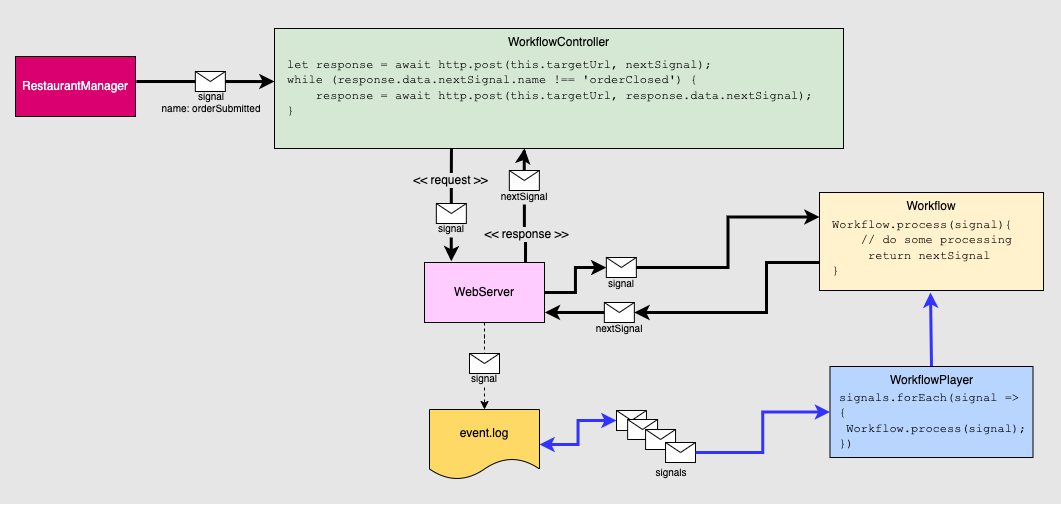
The draw.io diagram images/eventsourcing-arch-01.png in reselbob/TerrificTacos, before a commit. Source tidied: cells renumbered, new cells last; positions are measured from the earlier drawing's top-left corner, leaving out a move shared by most shapes. The source it was exported from:
```xml
<mxGraphModel>
  <root>
    <mxCell id="0" />
    <mxCell id="1" parent="0" />
    <mxCell id="2" style="rounded=0;whiteSpace=wrap;html=1;labelBackgroundColor=#DB0070;fontFamily=Helvetica;fontSize=12;fontColor=#ffffff;strokeColor=#E6E6E6;fillColor=#E6E6E6;" parent="1" vertex="1">
      <mxGeometry width="1060" height="503" as="geometry" />
    </mxCell>
    <mxCell id="3" style="edgeStyle=orthogonalEdgeStyle;rounded=0;jettySize=auto;html=1;fontSize=10;strokeWidth=3;" parent="1" edge="1" source="5" target="13">
      <mxGeometry relative="1" as="geometry" />
    </mxCell>
    <mxCell id="4" style="edgeStyle=orthogonalEdgeStyle;rounded=0;jettySize=auto;html=1;fontFamily=Helvetica;fontSize=12;startArrow=none;startFill=0;endArrow=none;endFill=0;dashed=1;" parent="1" edge="1" source="5" target="26">
      <mxGeometry relative="1" as="geometry" />
    </mxCell>
    <mxCell id="5" value="WebServer" style="rounded=0;whiteSpace=wrap;html=1;fillColor=#FFCCFF;strokeColor=#000000;" parent="1" vertex="1">
      <mxGeometry x="424" y="262" width="120" height="60" as="geometry" />
    </mxCell>
    <mxCell id="6" style="edgeStyle=orthogonalEdgeStyle;rounded=0;jettySize=auto;html=1;fontFamily=Helvetica;fontSize=12;startArrow=classic;startFill=1;endArrow=classic;endFill=1;entryX=0;entryY=0.5;entryDx=0;entryDy=0;strokeWidth=3;strokeColor=#3333FF;" parent="1" edge="1" source="7" target="33">
      <mxGeometry relative="1" as="geometry" />
    </mxCell>
    <mxCell id="7" value="event.log" style="shape=document;whiteSpace=wrap;html=1;boundedLbl=1;fillColor=#FFD966;" parent="1" vertex="1">
      <mxGeometry x="429" y="409" width="110" height="70" as="geometry" />
    </mxCell>
    <mxCell id="8" value="&lt;font color=&quot;#ffffff&quot;&gt;RestaurantManager&lt;/font&gt;" style="rounded=0;whiteSpace=wrap;html=1;fillColor=#DB0070;fontColor=#000000;labelBackgroundColor=#DB0070;" parent="1" vertex="1">
      <mxGeometry x="15" y="56" width="120" height="60" as="geometry" />
    </mxCell>
    <mxCell id="9" style="group;" parent="1" vertex="1">
      <mxGeometry x="435" y="203" width="31.7" height="34" as="geometry" />
    </mxCell>
    <mxCell id="10" style="shape=message;html=1;whiteSpace=wrap;html=1;outlineConnect=0;" parent="9" vertex="1">
      <mxGeometry x="0.8" width="30" height="20" as="geometry" />
    </mxCell>
    <mxCell id="11" value="signal" style="text;html=1;strokeColor=none;fillColor=none;align=center;verticalAlign=middle;whiteSpace=wrap;rounded=0;fontSize=10;" parent="9" vertex="1">
      <mxGeometry y="15" width="31.7" height="19" as="geometry" />
    </mxCell>
    <mxCell id="12" style="group;" parent="1" vertex="1">
      <mxGeometry x="605" y="257" width="31.7" height="34" as="geometry" />
    </mxCell>
    <mxCell id="13" style="shape=message;html=1;whiteSpace=wrap;html=1;outlineConnect=0;" parent="12" vertex="1">
      <mxGeometry x="0.8" width="30" height="20" as="geometry" />
    </mxCell>
    <mxCell id="14" value="signal" style="text;html=1;strokeColor=none;fillColor=none;align=center;verticalAlign=middle;whiteSpace=wrap;rounded=0;fontSize=10;" parent="12" vertex="1">
      <mxGeometry y="15" width="31.7" height="19" as="geometry" />
    </mxCell>
    <mxCell id="15" style="group;fillColor=#FFF2CC;strokeColor=#FFF2CC;" parent="1" vertex="1">
      <mxGeometry x="819" y="192" width="224" height="98" as="geometry" />
    </mxCell>
    <mxCell id="16" style="group;" parent="1" vertex="1">
      <mxGeometry x="603" y="302" width="31.7" height="34" as="geometry" />
    </mxCell>
    <mxCell id="17" style="shape=message;html=1;whiteSpace=wrap;html=1;outlineConnect=0;" parent="16" vertex="1">
      <mxGeometry x="0.8" width="30" height="20" as="geometry" />
    </mxCell>
    <mxCell id="18" value="nextSignal" style="text;html=1;strokeColor=none;fillColor=none;align=center;verticalAlign=middle;whiteSpace=wrap;rounded=0;fontSize=10;" parent="16" vertex="1">
      <mxGeometry y="15" width="31.7" height="19" as="geometry" />
    </mxCell>
    <mxCell id="19" style="edgeStyle=orthogonalEdgeStyle;rounded=0;jettySize=auto;html=1;entryX=0;entryY=0.25;entryDx=0;entryDy=0;fontFamily=Courier New;fontSize=12;strokeWidth=3;" parent="1" edge="1" source="13" target="52">
      <mxGeometry relative="1" as="geometry" />
    </mxCell>
    <mxCell id="20" style="edgeStyle=orthogonalEdgeStyle;rounded=0;jettySize=auto;html=1;entryX=0.001;entryY=0.714;entryDx=0;entryDy=0;entryPerimeter=0;fontFamily=Courier New;fontSize=12;startArrow=classic;startFill=1;endArrow=none;endFill=0;strokeWidth=3;" parent="1" edge="1" source="17" target="52">
      <mxGeometry relative="1" as="geometry">
        <Array as="points">
          <mxPoint x="766" y="312" />
          <mxPoint x="766" y="262" />
        </Array>
      </mxGeometry>
    </mxCell>
    <mxCell id="21" style="edgeStyle=orthogonalEdgeStyle;rounded=0;jettySize=auto;html=1;entryX=1.003;entryY=0.833;entryDx=0;entryDy=0;entryPerimeter=0;fontFamily=Courier New;fontSize=12;startArrow=none;startFill=0;endArrow=classic;endFill=1;strokeWidth=3;" parent="1" edge="1" source="17" target="5">
      <mxGeometry relative="1" as="geometry" />
    </mxCell>
    <mxCell id="22" style="group;" parent="1" vertex="1">
      <mxGeometry x="508" y="170" width="31.7" height="34" as="geometry" />
    </mxCell>
    <mxCell id="23" style="shape=message;html=1;whiteSpace=wrap;html=1;outlineConnect=0;" parent="22" vertex="1">
      <mxGeometry x="0.8" width="30" height="20" as="geometry" />
    </mxCell>
    <mxCell id="24" value="nextSignal" style="text;html=1;strokeColor=none;fillColor=none;align=center;verticalAlign=middle;whiteSpace=wrap;rounded=0;fontSize=10;" parent="22" vertex="1">
      <mxGeometry y="15" width="31.7" height="19" as="geometry" />
    </mxCell>
    <mxCell id="25" style="group;" parent="1" vertex="1">
      <mxGeometry x="468.2" y="353" width="31.7" height="34" as="geometry" />
    </mxCell>
    <mxCell id="26" style="shape=message;html=1;whiteSpace=wrap;html=1;outlineConnect=0;" parent="25" vertex="1">
      <mxGeometry x="0.8" width="30" height="20" as="geometry" />
    </mxCell>
    <mxCell id="27" value="signal" style="text;html=1;strokeColor=none;fillColor=none;align=center;verticalAlign=middle;whiteSpace=wrap;rounded=0;fontSize=10;" parent="25" vertex="1">
      <mxGeometry y="15" width="31.7" height="19" as="geometry" />
    </mxCell>
    <mxCell id="28" style="edgeStyle=orthogonalEdgeStyle;rounded=0;jettySize=auto;html=1;fontFamily=Helvetica;fontSize=12;startArrow=none;startFill=0;endArrow=classic;endFill=1;dashed=1;" parent="1" edge="1" source="27" target="7">
      <mxGeometry relative="1" as="geometry" />
    </mxCell>
    <mxCell id="29" style="group;" parent="1" vertex="1">
      <mxGeometry x="146" y="71" width="130" height="39" as="geometry" />
    </mxCell>
    <mxCell id="30" style="shape=message;html=1;whiteSpace=wrap;html=1;outlineConnect=0;" parent="29" vertex="1">
      <mxGeometry x="48.8" width="30" height="20" as="geometry" />
    </mxCell>
    <mxCell id="31" value="signal&lt;br&gt;name: orderSubmitted" style="text;html=1;strokeColor=none;fillColor=none;align=center;verticalAlign=middle;whiteSpace=wrap;rounded=0;fontSize=10;" parent="29" vertex="1">
      <mxGeometry y="20" width="130" height="19" as="geometry" />
    </mxCell>
    <mxCell id="32" style="group;" parent="1" vertex="1">
      <mxGeometry x="616" y="410" width="79" height="70" as="geometry" />
    </mxCell>
    <mxCell id="33" style="shape=message;html=1;whiteSpace=wrap;html=1;outlineConnect=0;" parent="32" vertex="1">
      <mxGeometry width="29.9" height="20" as="geometry" />
    </mxCell>
    <mxCell id="34" value="signals" style="text;html=1;strokeColor=none;fillColor=none;align=center;verticalAlign=middle;whiteSpace=wrap;rounded=0;fontSize=10;" parent="32" vertex="1">
      <mxGeometry x="39.1" y="51" width="31.6" height="19" as="geometry" />
    </mxCell>
    <mxCell id="35" style="shape=message;html=1;whiteSpace=wrap;html=1;" parent="32" vertex="1">
      <mxGeometry x="11.1" y="9" width="29.9" height="20" as="geometry" />
    </mxCell>
    <mxCell id="36" style="shape=message;html=1;whiteSpace=wrap;html=1;" parent="32" vertex="1">
      <mxGeometry x="29.1" y="19" width="29.9" height="20" as="geometry" />
    </mxCell>
    <mxCell id="37" style="shape=message;html=1;whiteSpace=wrap;html=1;outlineConnect=0;" parent="32" vertex="1">
      <mxGeometry x="49.1" y="32" width="29.9" height="20" as="geometry" />
    </mxCell>
    <mxCell id="38" style="group;fillColor=#A9C4EB;" parent="1" vertex="1">
      <mxGeometry x="829.5" y="366" width="203" height="91" as="geometry" />
    </mxCell>
    <mxCell id="39" style="edgeStyle=orthogonalEdgeStyle;rounded=0;jettySize=auto;html=1;fontFamily=Helvetica;fontSize=12;startArrow=none;startFill=0;endArrow=classic;endFill=1;strokeWidth=3;strokeColor=#3333FF;" parent="1" edge="1" source="37" target="49">
      <mxGeometry relative="1" as="geometry" />
    </mxCell>
    <mxCell id="40" style="endArrow=classic;html=1;rounded=0;fontFamily=Helvetica;fontSize=12;exitX=0.5;exitY=0;exitDx=0;exitDy=0;strokeWidth=3;strokeColor=#3333FF;" parent="1" edge="1" source="49">
      <mxGeometry relative="1" as="geometry">
        <mxPoint x="930" y="292" as="targetPoint" />
      </mxGeometry>
    </mxCell>
    <mxCell id="41" style="group;fillColor=#D5E8D4;" parent="1" vertex="1">
      <mxGeometry x="274" y="28" width="476" height="120" as="geometry" />
    </mxCell>
    <mxCell id="42" style="edgeStyle=orthogonalEdgeStyle;rounded=0;jettySize=auto;html=1;entryX=0.842;entryY=0.01;entryDx=0;entryDy=0;entryPerimeter=0;fontFamily=Helvetica;fontSize=12;startArrow=none;startFill=0;endArrow=none;endFill=0;strokeWidth=3;" parent="1" edge="1" source="24" target="5">
      <mxGeometry relative="1" as="geometry" />
    </mxCell>
    <mxCell id="43" value="&amp;lt;&amp;lt; response &amp;gt;&amp;gt;" style="edgeLabel;html=1;align=center;verticalAlign=middle;fontSize=12;fontFamily=Helvetica;labelBackgroundColor=#E6E6E6;" parent="42" vertex="1">
      <mxGeometry x="0.45" y="1" relative="1" as="geometry">
        <mxPoint x="-1" y="-13" as="offset" />
      </mxGeometry>
    </mxCell>
    <mxCell id="44" style="edgeStyle=orthogonalEdgeStyle;rounded=0;jettySize=auto;html=1;fontFamily=Helvetica;fontSize=12;startArrow=none;startFill=0;endArrow=none;endFill=0;strokeWidth=3;entryX=0.311;entryY=0.993;entryDx=0;entryDy=0;entryPerimeter=0;" parent="1" edge="1" source="10" target="54">
      <mxGeometry relative="1" as="geometry" />
    </mxCell>
    <mxCell id="45" value="&amp;lt;&amp;lt; request &amp;gt;&amp;gt;" style="edgeLabel;html=1;align=center;verticalAlign=middle;fontSize=12;fontFamily=Helvetica;labelBackgroundColor=#E6E6E6;" parent="44" vertex="1">
      <mxGeometry x="-0.1" relative="1" as="geometry">
        <mxPoint x="-1" y="1" as="offset" />
      </mxGeometry>
    </mxCell>
    <mxCell id="46" style="edgeStyle=orthogonalEdgeStyle;rounded=0;jettySize=auto;html=1;entryX=0;entryY=0.442;entryDx=0;entryDy=0;entryPerimeter=0;fontFamily=Helvetica;fontSize=12;startArrow=none;startFill=0;endArrow=classic;endFill=1;strokeWidth=3;" parent="1" edge="1" source="30" target="54">
      <mxGeometry relative="1" as="geometry" />
    </mxCell>
    <mxCell id="47" style="edgeStyle=orthogonalEdgeStyle;rounded=0;jettySize=auto;html=1;entryX=1.007;entryY=0.417;entryDx=0;entryDy=0;entryPerimeter=0;fontFamily=Helvetica;fontSize=12;startArrow=none;startFill=0;endArrow=none;endFill=0;strokeWidth=3;" parent="1" edge="1" source="30" target="8">
      <mxGeometry relative="1" as="geometry" />
    </mxCell>
    <mxCell id="48" style="group;" parent="1" vertex="1">
      <mxGeometry x="829.5" y="366" width="203" height="91" as="geometry" />
    </mxCell>
    <mxCell id="49" value="WorkflowPlayer" style="rounded=0;whiteSpace=wrap;html=1;fontSize=12;verticalAlign=top;fillColor=#B7D5FF;" parent="48" vertex="1">
      <mxGeometry width="203" height="91" as="geometry" />
    </mxCell>
    <mxCell id="50" value="&lt;div&gt;&lt;font face=&quot;Courier New&quot;&gt;signals.forEach(signal =&amp;gt; {&lt;/font&gt;&lt;/div&gt;&lt;div&gt;&lt;font face=&quot;Courier New&quot;&gt;&amp;nbsp;Workflow.process(signal);&lt;/font&gt;&lt;/div&gt;&lt;div&gt;&lt;font face=&quot;Courier New&quot;&gt;})&lt;/font&gt;&lt;/div&gt;" style="rounded=0;whiteSpace=wrap;html=1;align=left;strokeColor=#B7D5FF;fillColor=#B7D5FF;" parent="48" vertex="1">
      <mxGeometry x="8" y="24" width="191" height="60" as="geometry" />
    </mxCell>
    <mxCell id="51" style="group;" parent="1" vertex="1">
      <mxGeometry x="819" y="192" width="224" height="98" as="geometry" />
    </mxCell>
    <mxCell id="52" value="Workflow" style="rounded=0;whiteSpace=wrap;html=1;fontSize=12;verticalAlign=top;fillColor=#FFF2CC;" parent="51" vertex="1">
      <mxGeometry width="224" height="98" as="geometry" />
    </mxCell>
    <mxCell id="53" value="&lt;font face=&quot;Courier New&quot;&gt;Workflow.process(signal){&lt;br&gt;&amp;nbsp; &amp;nbsp; // do some processing&lt;br&gt;&amp;nbsp; &amp;nbsp; &amp;nbsp;return nextSignal&lt;br&gt;}&lt;/font&gt;" style="rounded=0;whiteSpace=wrap;html=1;align=left;strokeColor=#FFF2CC;fillColor=#FFF2CC;" parent="51" vertex="1">
      <mxGeometry x="11" y="25" width="191" height="60" as="geometry" />
    </mxCell>
    <mxCell id="54" value="WorkflowController" style="rounded=0;whiteSpace=wrap;html=1;fontSize=12;verticalAlign=top;fillColor=#D5E8D4;" parent="1" vertex="1">
      <mxGeometry x="274" y="28" width="569" height="120" as="geometry" />
    </mxCell>
    <mxCell id="55" value="&lt;div&gt;&lt;font face=&quot;Courier New&quot;&gt;let response = await http.post(this.targetUrl, nextSignal);&lt;/font&gt;&lt;/div&gt;&lt;div&gt;&lt;font face=&quot;Courier New&quot;&gt;while (response.data.nextSignal.name !== 'orderClosed') {&lt;/font&gt;&lt;/div&gt;&lt;div&gt;&lt;font face=&quot;Courier New&quot;&gt;&amp;nbsp; &amp;nbsp; response = await http.post(this.targetUrl, response.data.nextSignal);&lt;/font&gt;&lt;/div&gt;&lt;div&gt;&lt;font face=&quot;Courier New&quot;&gt;}&lt;/font&gt;&lt;/div&gt;" style="rounded=0;whiteSpace=wrap;html=1;align=left;strokeColor=#D5E8D4;fillColor=#D5E8D4;" parent="1" vertex="1">
      <mxGeometry x="285" y="48" width="541" height="77" as="geometry" />
    </mxCell>
    <mxCell id="56" style="edgeStyle=orthogonalEdgeStyle;rounded=0;jettySize=auto;html=1;entryX=0.223;entryY=-0.02;entryDx=0;entryDy=0;entryPerimeter=0;fontFamily=Helvetica;fontSize=12;fontColor=#ffffff;startArrow=none;startFill=0;endArrow=classic;endFill=1;strokeColor=#000000;strokeWidth=3;" parent="1" edge="1" source="11" target="5">
      <mxGeometry relative="1" as="geometry" />
    </mxCell>
    <mxCell id="57" style="edgeStyle=orthogonalEdgeStyle;rounded=0;jettySize=auto;html=1;fontFamily=Helvetica;fontSize=12;fontColor=#ffffff;startArrow=none;startFill=0;endArrow=classic;endFill=1;strokeColor=#000000;strokeWidth=3;" parent="1" edge="1" source="23">
      <mxGeometry relative="1" as="geometry">
        <mxPoint x="524" y="148" as="targetPoint" />
      </mxGeometry>
    </mxCell>
  </root>
</mxGraphModel>
```
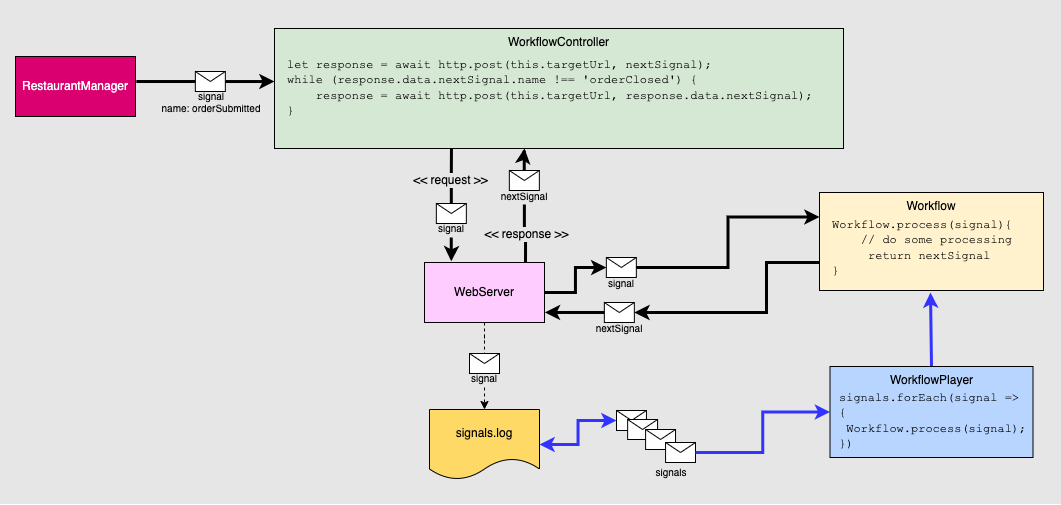
After the change.

Commit message:
builing out readme

Change to the diagram source:
```diff
@@ -17,7 +17,7 @@
     <mxCell id="6" style="edgeStyle=orthogonalEdgeStyle;rounded=0;jettySize=auto;html=1;fontFamily=Helvetica;fontSize=12;startArrow=classic;startFill=1;endArrow=classic;endFill=1;entryX=0;entryY=0.5;entryDx=0;entryDy=0;strokeWidth=3;strokeColor=#3333FF;" parent="1" edge="1" source="7" target="33">
       <mxGeometry relative="1" as="geometry" />
     </mxCell>
-    <mxCell id="7" value="event.log" style="shape=document;whiteSpace=wrap;html=1;boundedLbl=1;fillColor=#FFD966;" parent="1" vertex="1">
+    <mxCell id="7" value="signals.log" style="shape=document;whiteSpace=wrap;html=1;boundedLbl=1;fillColor=#FFD966;" parent="1" vertex="1">
       <mxGeometry x="429" y="409" width="110" height="70" as="geometry" />
     </mxCell>
     <mxCell id="8" value="&lt;font color=&quot;#ffffff&quot;&gt;RestaurantManager&lt;/font&gt;" style="rounded=0;whiteSpace=wrap;html=1;fillColor=#DB0070;fontColor=#000000;labelBackgroundColor=#DB0070;" parent="1" vertex="1">
```
